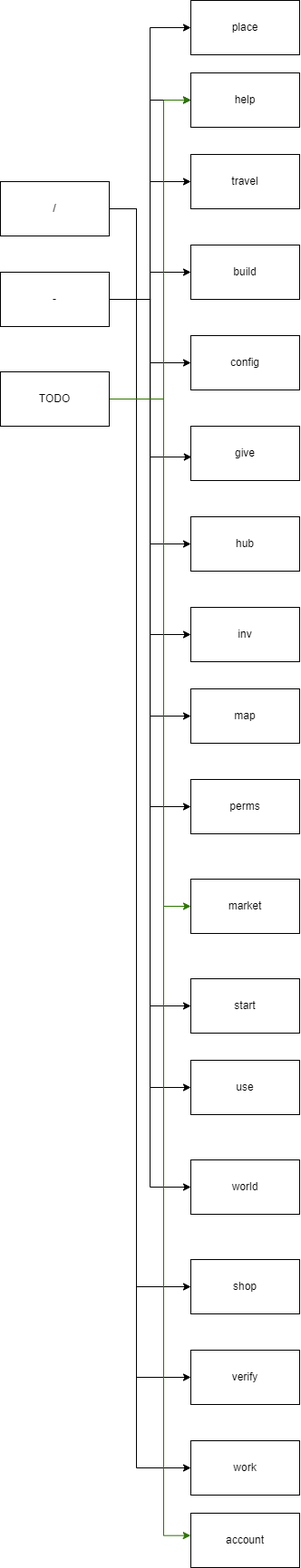
Before: src/main/java/io/github/alexiscomete/lapinousecond/commands/commands.drawio.png, a diagram exported from draw.io (Alexiscomete/A-Discord-Adventure). Source tidied: cells renumbered, new cells last; positions are measured from the earlier drawing's top-left corner, leaving out a move shared by most shapes.
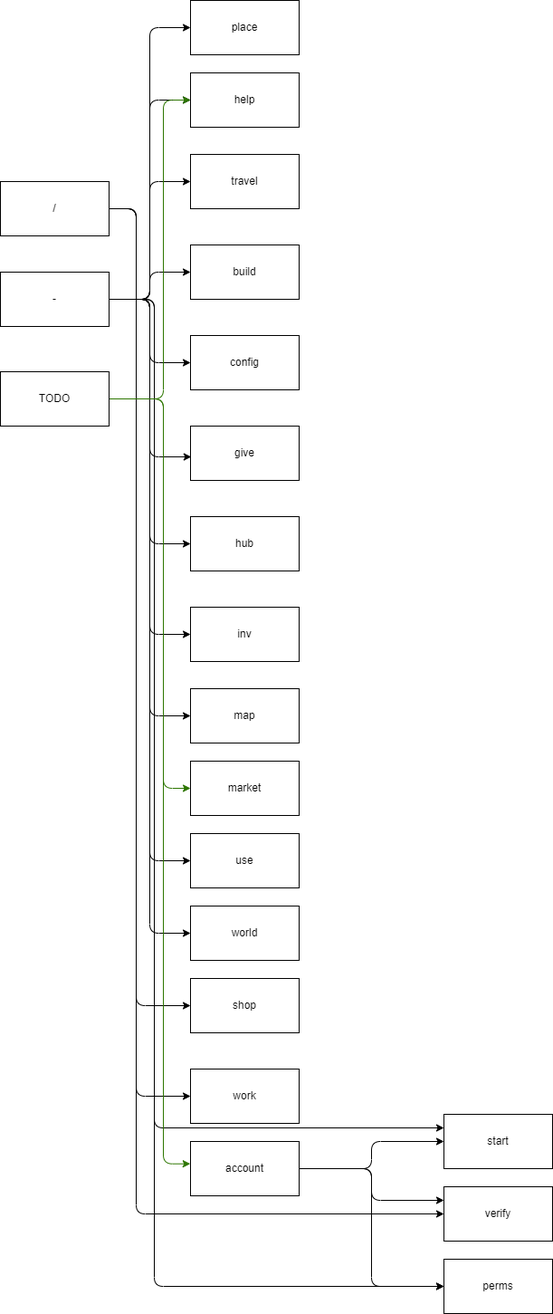
The same diagram one commit later.

The edit, as a diff of the source:
```diff
@@ -2,118 +2,128 @@
   <root>
     <mxCell id="0" />
     <mxCell id="1" parent="0" />
-    <mxCell id="2" style="edgeStyle=orthogonalEdgeStyle;rounded=0;jettySize=auto;html=1;exitX=1;exitY=0.5;exitDx=0;exitDy=0;entryX=0;entryY=0.5;entryDx=0;entryDy=0;" parent="1" edge="1" source="5" target="39">
+    <mxCell id="2" style="edgeStyle=orthogonalEdgeStyle;jettySize=auto;html=1;exitX=1;exitY=0.5;exitDx=0;exitDy=0;entryX=0;entryY=0.5;entryDx=0;entryDy=0;" parent="1" edge="1" source="5" target="39">
       <mxGeometry relative="1" as="geometry">
         <Array as="points">
           <mxPoint x="150" y="230" />
-          <mxPoint x="150" y="1520" />
+          <mxPoint x="150" y="1340" />
         </Array>
       </mxGeometry>
     </mxCell>
-    <mxCell id="3" style="edgeStyle=orthogonalEdgeStyle;rounded=0;jettySize=auto;html=1;exitX=1;exitY=0.5;exitDx=0;exitDy=0;entryX=0;entryY=0.5;entryDx=0;entryDy=0;" parent="1" edge="1" source="5" target="38">
+    <mxCell id="3" style="edgeStyle=orthogonalEdgeStyle;jettySize=auto;html=1;exitX=1;exitY=0.5;exitDx=0;exitDy=0;entryX=0;entryY=0.5;entryDx=0;entryDy=0;" parent="1" edge="1" source="5" target="38">
       <mxGeometry relative="1" as="geometry">
         <Array as="points">
           <mxPoint x="150" y="230" />
-          <mxPoint x="150" y="1420" />
+          <mxPoint x="150" y="1110" />
         </Array>
       </mxGeometry>
     </mxCell>
-    <mxCell id="4" style="edgeStyle=orthogonalEdgeStyle;rounded=0;jettySize=auto;html=1;exitX=1;exitY=0.5;exitDx=0;exitDy=0;entryX=0;entryY=0.5;entryDx=0;entryDy=0;" parent="1" edge="1" source="5" target="40">
+    <mxCell id="4" style="edgeStyle=orthogonalEdgeStyle;jettySize=auto;html=1;exitX=1;exitY=0.5;exitDx=0;exitDy=0;entryX=0;entryY=0.5;entryDx=0;entryDy=0;" parent="1" edge="1" source="5" target="40">
       <mxGeometry relative="1" as="geometry">
         <Array as="points">
           <mxPoint x="150" y="230" />
-          <mxPoint x="150" y="1620" />
+          <mxPoint x="150" y="1210" />
         </Array>
       </mxGeometry>
     </mxCell>
-    <mxCell id="5" value="/" style="rounded=0;whiteSpace=wrap;html=1;" parent="1" vertex="1">
+    <mxCell id="5" value="/" style="whiteSpace=wrap;html=1;" parent="1" vertex="1">
       <mxGeometry y="200" width="120" height="60" as="geometry" />
     </mxCell>
-    <mxCell id="6" style="edgeStyle=orthogonalEdgeStyle;rounded=0;jettySize=auto;html=1;exitX=1;exitY=0.5;exitDx=0;exitDy=0;entryX=0;entryY=0.5;entryDx=0;entryDy=0;" parent="1" edge="1" source="19" target="21">
+    <mxCell id="6" style="edgeStyle=orthogonalEdgeStyle;jettySize=auto;html=1;exitX=1;exitY=0.5;exitDx=0;exitDy=0;entryX=0;entryY=0.5;entryDx=0;entryDy=0;" parent="1" edge="1" source="19" target="21">
       <mxGeometry relative="1" as="geometry" />
     </mxCell>
-    <mxCell id="7" style="edgeStyle=orthogonalEdgeStyle;rounded=0;jettySize=auto;html=1;exitX=1;exitY=0.5;exitDx=0;exitDy=0;entryX=0;entryY=0.5;entryDx=0;entryDy=0;" parent="1" edge="1" source="19" target="33">
+    <mxCell id="7" style="edgeStyle=orthogonalEdgeStyle;jettySize=auto;html=1;exitX=1;exitY=0.5;exitDx=0;exitDy=0;entryX=0;entryY=0.5;entryDx=0;entryDy=0;" parent="1" edge="1" source="19" target="33">
       <mxGeometry relative="1" as="geometry" />
     </mxCell>
-    <mxCell id="8" style="edgeStyle=orthogonalEdgeStyle;rounded=0;jettySize=auto;html=1;exitX=1;exitY=0.5;exitDx=0;exitDy=0;entryX=0;entryY=0.5;entryDx=0;entryDy=0;" parent="1" edge="1" source="19" target="22">
+    <mxCell id="8" style="edgeStyle=orthogonalEdgeStyle;jettySize=auto;html=1;exitX=1;exitY=0.5;exitDx=0;exitDy=0;entryX=0;entryY=0.5;entryDx=0;entryDy=0;" parent="1" edge="1" source="19" target="22">
       <mxGeometry relative="1" as="geometry" />
     </mxCell>
-    <mxCell id="9" style="edgeStyle=orthogonalEdgeStyle;rounded=0;jettySize=auto;html=1;exitX=1;exitY=0.5;exitDx=0;exitDy=0;" parent="1" edge="1" source="19" target="23">
+    <mxCell id="9" style="edgeStyle=orthogonalEdgeStyle;jettySize=auto;html=1;exitX=1;exitY=0.5;exitDx=0;exitDy=0;" parent="1" edge="1" source="19" target="23">
       <mxGeometry relative="1" as="geometry" />
     </mxCell>
-    <mxCell id="10" style="edgeStyle=orthogonalEdgeStyle;rounded=0;jettySize=auto;html=1;exitX=1;exitY=0.5;exitDx=0;exitDy=0;entryX=0;entryY=0.5;entryDx=0;entryDy=0;" parent="1" edge="1" source="19" target="24">
+    <mxCell id="10" style="edgeStyle=orthogonalEdgeStyle;jettySize=auto;html=1;exitX=1;exitY=0.5;exitDx=0;exitDy=0;entryX=0;entryY=0.5;entryDx=0;entryDy=0;" parent="1" edge="1" source="19" target="24">
       <mxGeometry relative="1" as="geometry" />
     </mxCell>
-    <mxCell id="11" style="edgeStyle=orthogonalEdgeStyle;rounded=0;jettySize=auto;html=1;exitX=1;exitY=0.5;exitDx=0;exitDy=0;entryX=0.007;entryY=0.567;entryDx=0;entryDy=0;entryPerimeter=0;" parent="1" edge="1" source="19" target="25">
+    <mxCell id="11" style="edgeStyle=orthogonalEdgeStyle;jettySize=auto;html=1;exitX=1;exitY=0.5;exitDx=0;exitDy=0;entryX=0.007;entryY=0.567;entryDx=0;entryDy=0;entryPerimeter=0;" parent="1" edge="1" source="19" target="25">
       <mxGeometry relative="1" as="geometry" />
     </mxCell>
-    <mxCell id="12" style="edgeStyle=orthogonalEdgeStyle;rounded=0;jettySize=auto;html=1;exitX=1;exitY=0.5;exitDx=0;exitDy=0;entryX=0;entryY=0.5;entryDx=0;entryDy=0;" parent="1" edge="1" source="19" target="26">
+    <mxCell id="12" style="edgeStyle=orthogonalEdgeStyle;jettySize=auto;html=1;exitX=1;exitY=0.5;exitDx=0;exitDy=0;entryX=0;entryY=0.5;entryDx=0;entryDy=0;" parent="1" edge="1" source="19" target="26">
       <mxGeometry relative="1" as="geometry" />
     </mxCell>
-    <mxCell id="13" style="edgeStyle=orthogonalEdgeStyle;rounded=0;jettySize=auto;html=1;exitX=1;exitY=0.5;exitDx=0;exitDy=0;entryX=0;entryY=0.5;entryDx=0;entryDy=0;" parent="1" edge="1" source="19" target="27">
+    <mxCell id="13" style="edgeStyle=orthogonalEdgeStyle;jettySize=auto;html=1;exitX=1;exitY=0.5;exitDx=0;exitDy=0;entryX=0;entryY=0.5;entryDx=0;entryDy=0;" parent="1" edge="1" source="19" target="27">
       <mxGeometry relative="1" as="geometry" />
     </mxCell>
-    <mxCell id="14" style="edgeStyle=orthogonalEdgeStyle;rounded=0;jettySize=auto;html=1;exitX=1;exitY=0.5;exitDx=0;exitDy=0;entryX=0;entryY=0.5;entryDx=0;entryDy=0;" parent="1" edge="1" source="19" target="28">
+    <mxCell id="14" style="edgeStyle=orthogonalEdgeStyle;jettySize=auto;html=1;exitX=1;exitY=0.5;exitDx=0;exitDy=0;entryX=0;entryY=0.5;entryDx=0;entryDy=0;" parent="1" edge="1" source="19" target="28">
       <mxGeometry relative="1" as="geometry" />
     </mxCell>
-    <mxCell id="15" style="edgeStyle=orthogonalEdgeStyle;rounded=0;jettySize=auto;html=1;exitX=1;exitY=0.5;exitDx=0;exitDy=0;entryX=0;entryY=0.5;entryDx=0;entryDy=0;" parent="1" edge="1" source="19" target="20">
+    <mxCell id="15" style="edgeStyle=orthogonalEdgeStyle;jettySize=auto;html=1;exitX=1;exitY=0.5;exitDx=0;exitDy=0;entryX=0;entryY=0.5;entryDx=0;entryDy=0;" parent="1" edge="1" source="19" target="20">
       <mxGeometry relative="1" as="geometry" />
     </mxCell>
-    <mxCell id="16" style="edgeStyle=orthogonalEdgeStyle;rounded=0;jettySize=auto;html=1;exitX=1;exitY=0.5;exitDx=0;exitDy=0;entryX=0;entryY=0.5;entryDx=0;entryDy=0;" parent="1" edge="1" source="19" target="29">
-      <mxGeometry relative="1" as="geometry" />
+    <mxCell id="16" style="edgeStyle=orthogonalEdgeStyle;jettySize=auto;html=1;exitX=1;exitY=0.5;exitDx=0;exitDy=0;entryX=0;entryY=0.5;entryDx=0;entryDy=0;" parent="1" edge="1" source="19" target="29">
+      <mxGeometry relative="1" as="geometry">
+        <Array as="points">
+          <mxPoint x="170" y="330" />
+          <mxPoint x="170" y="1420" />
+        </Array>
+      </mxGeometry>
     </mxCell>
-    <mxCell id="17" style="edgeStyle=orthogonalEdgeStyle;rounded=0;jettySize=auto;html=1;exitX=1;exitY=0.5;exitDx=0;exitDy=0;entryX=0;entryY=0.5;entryDx=0;entryDy=0;" parent="1" edge="1" source="19" target="31">
-      <mxGeometry relative="1" as="geometry" />
+    <mxCell id="17" style="edgeStyle=orthogonalEdgeStyle;jettySize=auto;html=1;exitX=1;exitY=0.5;exitDx=0;exitDy=0;entryX=0;entryY=0.25;entryDx=0;entryDy=0;" parent="1" edge="1" source="19" target="31">
+      <mxGeometry relative="1" as="geometry">
+        <Array as="points">
+          <mxPoint x="170" y="330" />
+          <mxPoint x="170" y="1245" />
+        </Array>
+      </mxGeometry>
     </mxCell>
-    <mxCell id="18" style="edgeStyle=orthogonalEdgeStyle;rounded=0;jettySize=auto;html=1;exitX=1;exitY=0.5;exitDx=0;exitDy=0;entryX=0;entryY=0.5;entryDx=0;entryDy=0;" parent="1" edge="1" source="19" target="32">
+    <mxCell id="18" style="edgeStyle=orthogonalEdgeStyle;jettySize=auto;html=1;exitX=1;exitY=0.5;exitDx=0;exitDy=0;entryX=0;entryY=0.5;entryDx=0;entryDy=0;" parent="1" edge="1" source="19" target="32">
       <mxGeometry relative="1" as="geometry" />
     </mxCell>
-    <mxCell id="19" value="-" style="rounded=0;whiteSpace=wrap;html=1;" parent="1" vertex="1">
+    <mxCell id="19" value="-" style="whiteSpace=wrap;html=1;" parent="1" vertex="1">
       <mxGeometry y="300" width="120" height="60" as="geometry" />
     </mxCell>
-    <mxCell id="20" value="place" style="rounded=0;whiteSpace=wrap;html=1;" parent="1" vertex="1">
+    <mxCell id="20" value="place" style="whiteSpace=wrap;html=1;" parent="1" vertex="1">
       <mxGeometry x="210" width="120" height="60" as="geometry" />
     </mxCell>
-    <mxCell id="21" value="help" style="rounded=0;whiteSpace=wrap;html=1;" parent="1" vertex="1">
+    <mxCell id="21" value="help" style="whiteSpace=wrap;html=1;" parent="1" vertex="1">
       <mxGeometry x="210" y="80" width="120" height="60" as="geometry" />
     </mxCell>
-    <mxCell id="22" value="travel" style="rounded=0;whiteSpace=wrap;html=1;" parent="1" vertex="1">
+    <mxCell id="22" value="travel" style="whiteSpace=wrap;html=1;" parent="1" vertex="1">
       <mxGeometry x="210" y="170" width="120" height="60" as="geometry" />
     </mxCell>
-    <mxCell id="23" value="build" style="rounded=0;whiteSpace=wrap;html=1;" parent="1" vertex="1">
+    <mxCell id="23" value="build" style="whiteSpace=wrap;html=1;" parent="1" vertex="1">
       <mxGeometry x="210" y="270" width="120" height="60" as="geometry" />
     </mxCell>
-    <mxCell id="24" value="config" style="rounded=0;whiteSpace=wrap;html=1;" parent="1" vertex="1">
+    <mxCell id="24" value="config" style="whiteSpace=wrap;html=1;" parent="1" vertex="1">
       <mxGeometry x="210" y="370" width="120" height="60" as="geometry" />
     </mxCell>
-    <mxCell id="25" value="give" style="rounded=0;whiteSpace=wrap;html=1;" parent="1" vertex="1">
+    <mxCell id="25" value="give" style="whiteSpace=wrap;html=1;" parent="1" vertex="1">
       <mxGeometry x="210" y="470" width="120" height="60" as="geometry" />
     </mxCell>
-    <mxCell id="26" value="hub" style="rounded=0;whiteSpace=wrap;html=1;" parent="1" vertex="1">
+    <mxCell id="26" value="hub" style="whiteSpace=wrap;html=1;" parent="1" vertex="1">
       <mxGeometry x="210" y="570" width="120" height="60" as="geometry" />
     </mxCell>
-    <mxCell id="27" value="inv" style="rounded=0;whiteSpace=wrap;html=1;" parent="1" vertex="1">
+    <mxCell id="27" value="inv" style="whiteSpace=wrap;html=1;" parent="1" vertex="1">
       <mxGeometry x="210" y="670" width="120" height="60" as="geometry" />
     </mxCell>
-    <mxCell id="28" value="map" style="rounded=0;whiteSpace=wrap;html=1;" parent="1" vertex="1">
+    <mxCell id="28" value="map" style="whiteSpace=wrap;html=1;" parent="1" vertex="1">
       <mxGeometry x="210" y="760" width="120" height="60" as="geometry" />
     </mxCell>
     <mxCell id="29" value="perms" style="whiteSpace=wrap;html=1;" parent="1" vertex="1">
-      <mxGeometry x="210" y="860" width="120" height="60" as="geometry" />
+      <mxGeometry x="490" y="1390" width="120" height="60" as="geometry" />
     </mxCell>
-    <mxCell id="30" value="market" style="rounded=0;whiteSpace=wrap;html=1;" parent="1" vertex="1">
-      <mxGeometry x="210" y="970" width="120" height="60" as="geometry" />
+    <mxCell id="30" value="market" style="whiteSpace=wrap;html=1;" parent="1" vertex="1">
+      <mxGeometry x="210" y="840" width="120" height="60" as="geometry" />
     </mxCell>
-    <mxCell id="31" value="start" style="rounded=0;whiteSpace=wrap;html=1;" parent="1" vertex="1">
-      <mxGeometry x="210" y="1080" width="120" height="60" as="geometry" />
+    <mxCell id="31" value="start" style="whiteSpace=wrap;html=1;" parent="1" vertex="1">
+      <mxGeometry x="490" y="1230" width="120" height="60" as="geometry" />
     </mxCell>
-    <mxCell id="32" value="use" style="rounded=0;whiteSpace=wrap;html=1;" parent="1" vertex="1">
-      <mxGeometry x="210" y="1170" width="120" height="60" as="geometry" />
+    <mxCell id="32" value="use" style="whiteSpace=wrap;html=1;" parent="1" vertex="1">
+      <mxGeometry x="210" y="920" width="120" height="60" as="geometry" />
     </mxCell>
-    <mxCell id="33" value="world" style="rounded=0;whiteSpace=wrap;html=1;" parent="1" vertex="1">
-      <mxGeometry x="210" y="1280" width="120" height="60" as="geometry" />
+    <mxCell id="33" value="world" style="whiteSpace=wrap;html=1;" parent="1" vertex="1">
+      <mxGeometry x="210" y="1000" width="120" height="60" as="geometry" />
     </mxCell>
-    <mxCell id="34" style="edgeStyle=orthogonalEdgeStyle;rounded=0;jettySize=auto;html=1;exitX=1;exitY=0.5;exitDx=0;exitDy=0;entryX=0;entryY=0.5;entryDx=0;entryDy=0;fillColor=#60a917;strokeColor=#2D7600;" parent="1" edge="1" source="37" target="21">
+    <mxCell id="34" style="edgeStyle=orthogonalEdgeStyle;jettySize=auto;html=1;exitX=1;exitY=0.5;exitDx=0;exitDy=0;entryX=0;entryY=0.5;entryDx=0;entryDy=0;fillColor=#60a917;strokeColor=#2D7600;" parent="1" edge="1" source="37" target="21">
       <mxGeometry relative="1" as="geometry">
         <Array as="points">
           <mxPoint x="180" y="440" />
@@ -121,36 +131,50 @@
         </Array>
       </mxGeometry>
     </mxCell>
-    <mxCell id="35" style="edgeStyle=orthogonalEdgeStyle;rounded=0;jettySize=auto;html=1;exitX=1;exitY=0.5;exitDx=0;exitDy=0;entryX=0;entryY=0.5;entryDx=0;entryDy=0;fillColor=#60a917;strokeColor=#2D7600;" parent="1" edge="1" source="37" target="30">
+    <mxCell id="35" style="edgeStyle=orthogonalEdgeStyle;jettySize=auto;html=1;exitX=1;exitY=0.5;exitDx=0;exitDy=0;entryX=0;entryY=0.5;entryDx=0;entryDy=0;fillColor=#60a917;strokeColor=#2D7600;" parent="1" edge="1" source="37" target="30">
       <mxGeometry relative="1" as="geometry">
         <Array as="points">
           <mxPoint x="180" y="440" />
-          <mxPoint x="180" y="1000" />
+          <mxPoint x="180" y="870" />
         </Array>
       </mxGeometry>
     </mxCell>
-    <mxCell id="36" style="edgeStyle=orthogonalEdgeStyle;rounded=0;jettySize=auto;html=1;exitX=1;exitY=0.5;exitDx=0;exitDy=0;entryX=-0.002;entryY=0.411;entryDx=0;entryDy=0;entryPerimeter=0;fillColor=#60a917;strokeColor=#2D7600;" parent="1" edge="1" source="37" target="41">
+    <mxCell id="36" style="edgeStyle=orthogonalEdgeStyle;jettySize=auto;html=1;exitX=1;exitY=0.5;exitDx=0;exitDy=0;entryX=-0.002;entryY=0.411;entryDx=0;entryDy=0;entryPerimeter=0;fillColor=#60a917;strokeColor=#2D7600;" parent="1" edge="1" source="37" target="41">
       <mxGeometry relative="1" as="geometry">
         <Array as="points">
           <mxPoint x="180" y="440" />
-          <mxPoint x="180" y="1695" />
+          <mxPoint x="180" y="1285" />
         </Array>
       </mxGeometry>
     </mxCell>
-    <mxCell id="37" value="TODO" style="rounded=0;whiteSpace=wrap;html=1;" parent="1" vertex="1">
+    <mxCell id="37" value="TODO" style="whiteSpace=wrap;html=1;" parent="1" vertex="1">
       <mxGeometry y="410" width="120" height="60" as="geometry" />
     </mxCell>
     <mxCell id="38" value="shop" style="whiteSpace=wrap;html=1;" parent="1" vertex="1">
-      <mxGeometry x="210" y="1390" width="120" height="60" as="geometry" />
+      <mxGeometry x="210" y="1080" width="120" height="60" as="geometry" />
     </mxCell>
     <mxCell id="39" value="verify" style="whiteSpace=wrap;html=1;" parent="1" vertex="1">
-      <mxGeometry x="210" y="1490" width="120" height="60" as="geometry" />
+      <mxGeometry x="490" y="1310" width="120" height="60" as="geometry" />
     </mxCell>
     <mxCell id="40" value="work" style="whiteSpace=wrap;html=1;" parent="1" vertex="1">
-      <mxGeometry x="210" y="1590" width="120" height="60" as="geometry" />
+      <mxGeometry x="210" y="1180" width="120" height="60" as="geometry" />
     </mxCell>
+    <mxCell id="42" style="edgeStyle=orthogonalEdgeStyle;jettySize=auto;html=1;exitX=1;exitY=0.5;exitDx=0;exitDy=0;entryX=0;entryY=0.5;entryDx=0;entryDy=0;" parent="1" edge="1" source="41" target="29">
+      <mxGeometry relative="1" as="geometry" />
+    </mxCell>
+    <mxCell id="43" style="edgeStyle=orthogonalEdgeStyle;jettySize=auto;html=1;exitX=1;exitY=0.5;exitDx=0;exitDy=0;entryX=0;entryY=0.25;entryDx=0;entryDy=0;" parent="1" edge="1" source="41" target="39">
+      <mxGeometry relative="1" as="geometry">
+        <Array as="points">
+          <mxPoint x="410" y="1290" />
+          <mxPoint x="410" y="1325" />
+        </Array>
+      </mxGeometry>
+    </mxCell>
+    <mxCell id="44" style="edgeStyle=orthogonalEdgeStyle;jettySize=auto;html=1;exitX=1;exitY=0.5;exitDx=0;exitDy=0;entryX=0;entryY=0.5;entryDx=0;entryDy=0;" parent="1" edge="1" source="41" target="31">
+      <mxGeometry relative="1" as="geometry" />
+    </mxCell>
-    <mxCell id="41" value="account" style="rounded=0;whiteSpace=wrap;html=1;" parent="1" vertex="1">
-      <mxGeometry x="210" y="1670" width="120" height="60" as="geometry" />
+    <mxCell id="41" value="account" style="whiteSpace=wrap;html=1;" parent="1" vertex="1">
+      <mxGeometry x="210" y="1260" width="120" height="60" as="geometry" />
     </mxCell>
   </root>
 </mxGraphModel>
```
